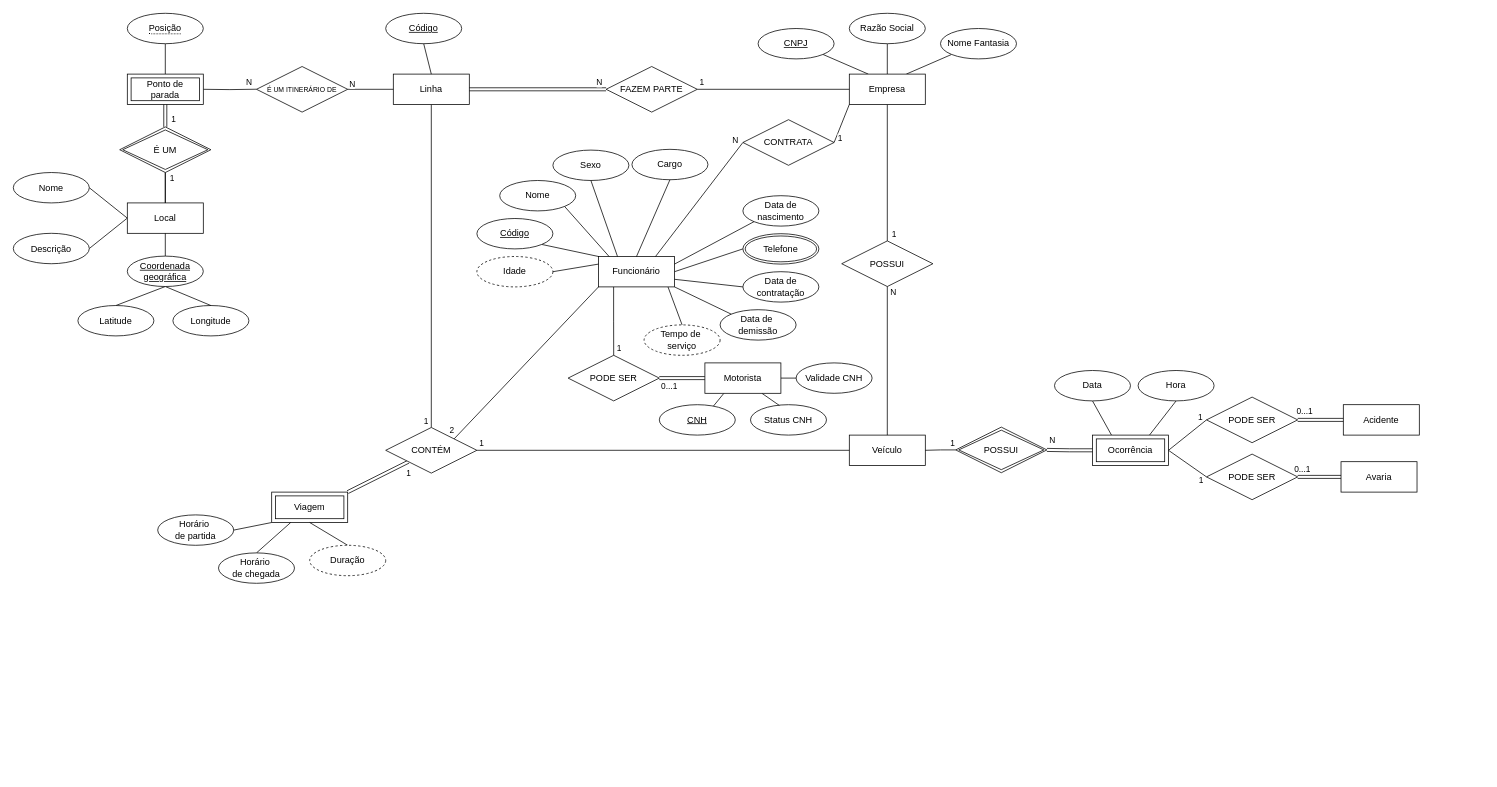
Before: drawio/conceptual_model.drawio in gscolombo/Projeto---BD, a draw.io diagram. Source tidied: cells renumbered, new cells numbered last; positions are measured from the earlier drawing's top-left corner, leaving out a move shared by most shapes. Both pictures are drawn from the tidied source at 76%, with x=0, y=0 at pixel (13, 13).
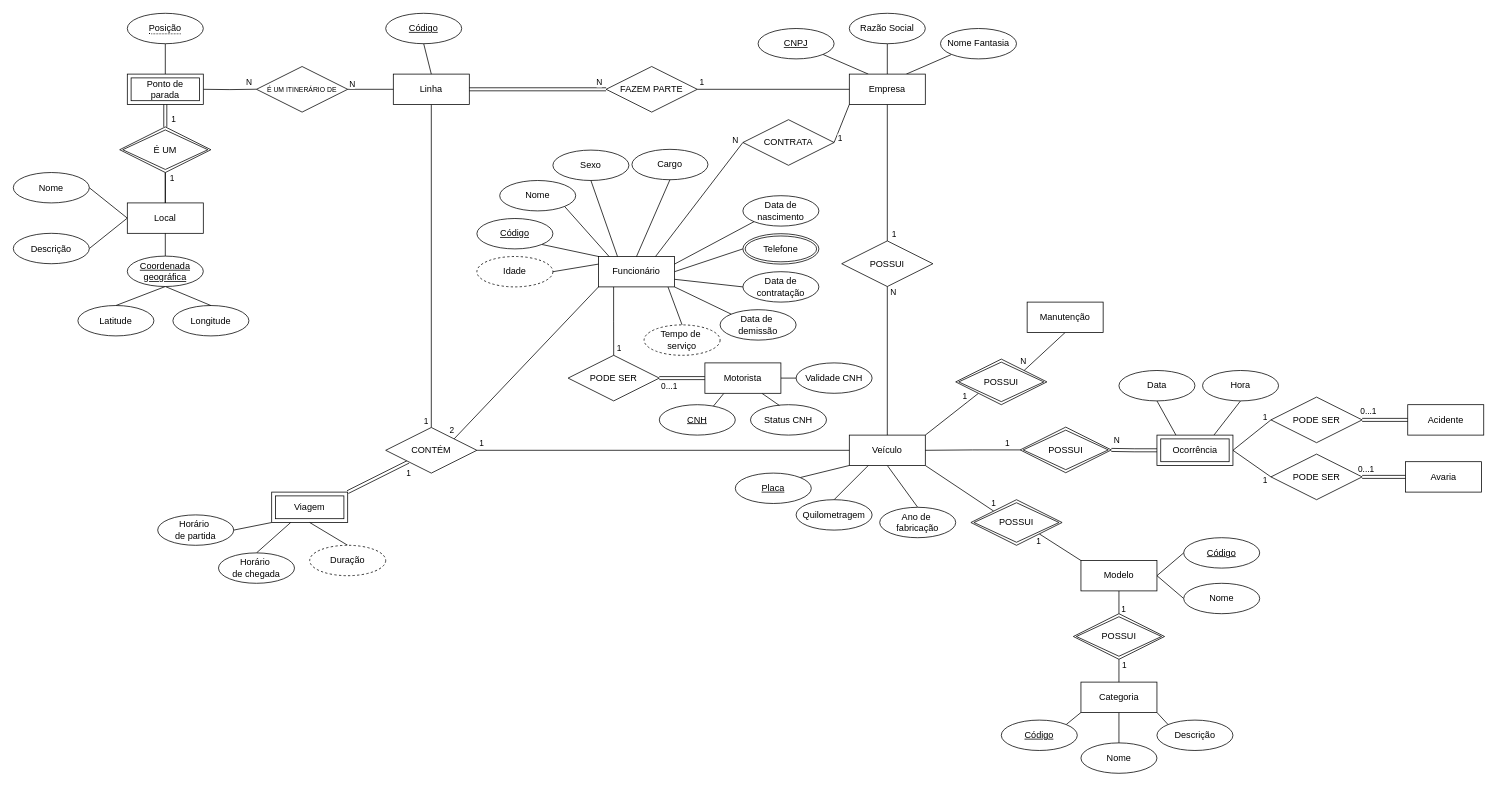
The same diagram, later.

Commit message:
Inclusão de entidades novas

The change refers to these unchanged cells:
```xml
<mxCell id="8" value="Veículo" style="whiteSpace=wrap;html=1;align=center;" parent="1" vertex="1">
  <mxGeometry x="1100" y="555" width="100" height="40" as="geometry" />
</mxCell>
```

The edit, as a diff of the source:
```diff
@@
+    <mxCell id="126" style="rounded=0;jettySize=auto;html=1;exitX=0.5;exitY=1;exitDx=0;exitDy=0;entryX=0.5;entryY=0;entryDx=0;entryDy=0;endArrow=none;endFill=0;" parent="1" edge="1" source="8" target="143">
+      <mxGeometry relative="1" as="geometry" />
+    </mxCell>
+    <mxCell id="127" style="rounded=0;jettySize=auto;html=1;exitX=1;exitY=1;exitDx=0;exitDy=0;entryX=0;entryY=0;entryDx=0;entryDy=0;endArrow=none;endFill=0;" parent="1" edge="1" source="8" target="146">
+      <mxGeometry relative="1" as="geometry" />
+    </mxCell>
+    <mxCell id="128" value="1" style="edgeLabel;html=1;align=center;verticalAlign=middle;" parent="127" vertex="1">
+      <mxGeometry x="0.79" relative="1" as="geometry">
+        <mxPoint x="9" y="-4" as="offset" />
+      </mxGeometry>
+    </mxCell>
+    <mxCell id="129" style="rounded=0;jettySize=auto;html=1;exitX=1;exitY=0;exitDx=0;exitDy=0;entryX=0;entryY=1;entryDx=0;entryDy=0;endArrow=none;endFill=0;" parent="1" edge="1" source="8" target="158">
+      <mxGeometry relative="1" as="geometry" />
+    </mxCell>
+    <mxCell id="130" value="1" style="edgeLabel;html=1;align=center;verticalAlign=middle;" parent="129" vertex="1">
+      <mxGeometry x="0.84" relative="1" as="geometry">
+        <mxPoint x="-13" y="-1" as="offset" />
+      </mxGeometry>
+    </mxCell>
@@
     <mxCell id="12" value="Avaria" style="whiteSpace=wrap;html=1;align=center;" parent="1" vertex="1">
-      <mxGeometry x="1747" y="590" width="100" height="40" as="geometry" />
+      <mxGeometry x="1831.8" y="590" width="100" height="40" as="geometry" />
     </mxCell>
@@
     <mxCell id="24" value="Ocorrência" style="shape=ext;margin=3;double=1;whiteSpace=wrap;html=1;align=center;" parent="1" vertex="1">
-      <mxGeometry x="1420" y="555" width="100" height="40" as="geometry" />
+      <mxGeometry x="1504.8" y="555" width="100" height="40" as="geometry" />
     </mxCell>
     <mxCell id="25" value="Acidente" style="whiteSpace=wrap;html=1;align=center;" parent="1" vertex="1">
-      <mxGeometry x="1750" y="515" width="100" height="40" as="geometry" />
+      <mxGeometry x="1834.8" y="515" width="100" height="40" as="geometry" />
     </mxCell>
@@
     <mxCell id="70" value="POSSUI" style="shape=rhombus;double=1;perimeter=rhombusPerimeter;whiteSpace=wrap;html=1;align=center;" parent="1" vertex="1">
-      <mxGeometry x="1240" y="544.5" width="120" height="60" as="geometry" />
+      <mxGeometry x="1324.8" y="544.5" width="120" height="60" as="geometry" />
     </mxCell>
@@
     <mxCell id="73" value="PODE SER" style="shape=rhombus;perimeter=rhombusPerimeter;whiteSpace=wrap;html=1;align=center;" parent="1" vertex="1">
-      <mxGeometry x="1570" y="580" width="120" height="60" as="geometry" />
+      <mxGeometry x="1654.8" y="580" width="120" height="60" as="geometry" />
     </mxCell>
     <mxCell id="74" value="PODE SER" style="shape=rhombus;perimeter=rhombusPerimeter;whiteSpace=wrap;html=1;align=center;" parent="1" vertex="1">
-      <mxGeometry x="1570" y="505" width="120" height="60" as="geometry" />
+      <mxGeometry x="1654.8" y="505" width="120" height="60" as="geometry" />
     </mxCell>
@@
     <mxCell id="84" value="Data" style="ellipse;whiteSpace=wrap;html=1;align=center;fontStyle=0;" parent="1" vertex="1">
-      <mxGeometry x="1370" y="470" width="100" height="40" as="geometry" />
+      <mxGeometry x="1454.8" y="470" width="100" height="40" as="geometry" />
     </mxCell>
     <mxCell id="85" value="Hora" style="ellipse;whiteSpace=wrap;html=1;align=center;fontStyle=0;" parent="1" vertex="1">
-      <mxGeometry x="1480" y="470" width="100" height="40" as="geometry" />
+      <mxGeometry x="1564.8" y="470" width="100" height="40" as="geometry" />
     </mxCell>
@@
+    <mxCell id="131" style="rounded=0;jettySize=auto;html=1;exitX=1;exitY=0;exitDx=0;exitDy=0;entryX=0;entryY=1;entryDx=0;entryDy=0;endArrow=none;endFill=0;" parent="1" edge="1" source="132" target="8">
+      <mxGeometry relative="1" as="geometry" />
+    </mxCell>
+    <mxCell id="132" value="&lt;u&gt;Placa&lt;/u&gt;" style="ellipse;whiteSpace=wrap;html=1;align=center;" parent="1" vertex="1">
+      <mxGeometry x="950" y="605" width="100" height="40" as="geometry" />
+    </mxCell>
+    <mxCell id="133" style="rounded=0;jettySize=auto;html=1;exitX=0;exitY=1;exitDx=0;exitDy=0;entryX=1;entryY=0;entryDx=0;entryDy=0;endArrow=none;endFill=0;" parent="1" edge="1" source="135" target="153">
+      <mxGeometry relative="1" as="geometry" />
+    </mxCell>
+    <mxCell id="134" style="rounded=0;jettySize=auto;html=1;exitX=0.5;exitY=1;exitDx=0;exitDy=0;entryX=0.5;entryY=0;entryDx=0;entryDy=0;endArrow=none;endFill=0;" parent="1" edge="1" source="135" target="152">
+      <mxGeometry relative="1" as="geometry" />
+    </mxCell>
+    <mxCell id="135" value="Categoria" style="whiteSpace=wrap;html=1;align=center;" parent="1" vertex="1">
+      <mxGeometry x="1404.8" y="880" width="100" height="40" as="geometry" />
+    </mxCell>
+    <mxCell id="136" style="edgeStyle=orthogonalEdgeStyle;rounded=0;jettySize=auto;html=1;exitX=0.5;exitY=1;exitDx=0;exitDy=0;entryX=0.5;entryY=0;entryDx=0;entryDy=0;endArrow=none;endFill=0;" parent="1" edge="1" source="140" target="149">
+      <mxGeometry relative="1" as="geometry" />
+    </mxCell>
+    <mxCell id="137" value="1" style="edgeLabel;html=1;align=center;verticalAlign=middle;" parent="136" vertex="1">
+      <mxGeometry x="0.54" y="1" relative="1" as="geometry">
+        <mxPoint x="5" as="offset" />
+      </mxGeometry>
+    </mxCell>
+    <mxCell id="138" style="rounded=0;jettySize=auto;html=1;exitX=1;exitY=0.5;exitDx=0;exitDy=0;entryX=0;entryY=0.5;entryDx=0;entryDy=0;endArrow=none;endFill=0;" parent="1" edge="1" source="140" target="151">
+      <mxGeometry relative="1" as="geometry" />
+    </mxCell>
+    <mxCell id="139" style="rounded=0;jettySize=auto;html=1;exitX=1;exitY=0.5;exitDx=0;exitDy=0;entryX=0;entryY=0.5;entryDx=0;entryDy=0;endArrow=none;endFill=0;" parent="1" edge="1" source="140" target="150">
+      <mxGeometry relative="1" as="geometry" />
+    </mxCell>
+    <mxCell id="140" value="Modelo" style="whiteSpace=wrap;html=1;align=center;" parent="1" vertex="1">
+      <mxGeometry x="1404.8" y="720" width="100" height="40" as="geometry" />
+    </mxCell>
+    <mxCell id="141" style="rounded=0;jettySize=auto;html=1;exitX=0.5;exitY=0;exitDx=0;exitDy=0;entryX=0.25;entryY=1;entryDx=0;entryDy=0;endArrow=none;endFill=0;" parent="1" edge="1" source="142" target="8">
+      <mxGeometry relative="1" as="geometry" />
+    </mxCell>
+    <mxCell id="142" value="Quilometragem" style="ellipse;whiteSpace=wrap;html=1;align=center;" parent="1" vertex="1">
+      <mxGeometry x="1030" y="640" width="100" height="40" as="geometry" />
+    </mxCell>
+    <mxCell id="143" value="&lt;div&gt;Ano de&amp;nbsp;&lt;/div&gt;&lt;div&gt;fabricação&lt;/div&gt;" style="ellipse;whiteSpace=wrap;html=1;align=center;" parent="1" vertex="1">
+      <mxGeometry x="1140" y="650" width="100" height="40" as="geometry" />
+    </mxCell>
+    <mxCell id="144" style="rounded=0;jettySize=auto;html=1;exitX=1;exitY=1;exitDx=0;exitDy=0;entryX=0;entryY=0;entryDx=0;entryDy=0;endArrow=none;endFill=0;" parent="1" edge="1" source="146" target="140">
+      <mxGeometry relative="1" as="geometry" />
+    </mxCell>
+    <mxCell id="145" value="1" style="edgeLabel;html=1;align=center;verticalAlign=middle;" parent="144" vertex="1">
+      <mxGeometry x="-0.68" relative="1" as="geometry">
+        <mxPoint x="-10" y="4" as="offset" />
+      </mxGeometry>
+    </mxCell>
+    <mxCell id="146" value="POSSUI" style="shape=rhombus;double=1;perimeter=rhombusPerimeter;whiteSpace=wrap;html=1;align=center;" parent="1" vertex="1">
+      <mxGeometry x="1260" y="640" width="120" height="60" as="geometry" />
+    </mxCell>
+    <mxCell id="147" style="edgeStyle=orthogonalEdgeStyle;rounded=0;jettySize=auto;html=1;exitX=0.5;exitY=1;exitDx=0;exitDy=0;entryX=0.5;entryY=0;entryDx=0;entryDy=0;endArrow=none;endFill=0;" parent="1" edge="1" source="149" target="135">
+      <mxGeometry relative="1" as="geometry" />
+    </mxCell>
+    <mxCell id="148" value="1" style="edgeLabel;html=1;align=center;verticalAlign=middle;" parent="147" vertex="1">
+      <mxGeometry x="-0.46" relative="1" as="geometry">
+        <mxPoint x="7" y="-1" as="offset" />
+      </mxGeometry>
+    </mxCell>
+    <mxCell id="149" value="POSSUI" style="shape=rhombus;double=1;perimeter=rhombusPerimeter;whiteSpace=wrap;html=1;align=center;" parent="1" vertex="1">
+      <mxGeometry x="1394.8" y="790" width="120" height="60" as="geometry" />
+    </mxCell>
+    <mxCell id="150" value="Nome" style="ellipse;whiteSpace=wrap;html=1;align=center;" parent="1" vertex="1">
+      <mxGeometry x="1540" y="750" width="100" height="40" as="geometry" />
+    </mxCell>
+    <mxCell id="151" value="&lt;u&gt;Código&lt;/u&gt;" style="ellipse;whiteSpace=wrap;html=1;align=center;" parent="1" vertex="1">
+      <mxGeometry x="1540" y="690" width="100" height="40" as="geometry" />
+    </mxCell>
+    <mxCell id="152" value="Nome" style="ellipse;whiteSpace=wrap;html=1;align=center;" parent="1" vertex="1">
+      <mxGeometry x="1404.8" y="960" width="100" height="40" as="geometry" />
+    </mxCell>
+    <mxCell id="153" value="&lt;u&gt;Código&lt;/u&gt;" style="ellipse;whiteSpace=wrap;html=1;align=center;" parent="1" vertex="1">
+      <mxGeometry x="1300" y="930" width="100" height="40" as="geometry" />
+    </mxCell>
+    <mxCell id="154" value="Descrição" style="ellipse;whiteSpace=wrap;html=1;align=center;" parent="1" vertex="1">
+      <mxGeometry x="1504.8" y="930" width="100" height="40" as="geometry" />
+    </mxCell>
+    <mxCell id="155" style="rounded=0;jettySize=auto;html=1;exitX=1;exitY=1;exitDx=0;exitDy=0;entryX=0;entryY=0;entryDx=0;entryDy=0;endArrow=none;endFill=0;" parent="1" edge="1" source="135" target="154">
+      <mxGeometry relative="1" as="geometry" />
+    </mxCell>
+    <mxCell id="156" style="rounded=0;jettySize=auto;html=1;exitX=1;exitY=0;exitDx=0;exitDy=0;entryX=0.5;entryY=1;entryDx=0;entryDy=0;endArrow=none;endFill=0;" parent="1" edge="1" source="158" target="159">
+      <mxGeometry relative="1" as="geometry" />
+    </mxCell>
+    <mxCell id="157" value="N" style="edgeLabel;html=1;align=center;verticalAlign=middle;" parent="156" vertex="1">
+      <mxGeometry x="-0.72" y="-1" relative="1" as="geometry">
+        <mxPoint x="-10" y="-6" as="offset" />
+      </mxGeometry>
+    </mxCell>
+    <mxCell id="158" value="POSSUI" style="shape=rhombus;double=1;perimeter=rhombusPerimeter;whiteSpace=wrap;html=1;align=center;" parent="1" vertex="1">
+      <mxGeometry x="1240" y="455" width="120" height="60" as="geometry" />
+    </mxCell>
+    <mxCell id="159" value="Manutenção" style="whiteSpace=wrap;html=1;align=center;" parent="1" vertex="1">
+      <mxGeometry x="1334" y="380" width="100" height="40" as="geometry" />
+    </mxCell>
```
